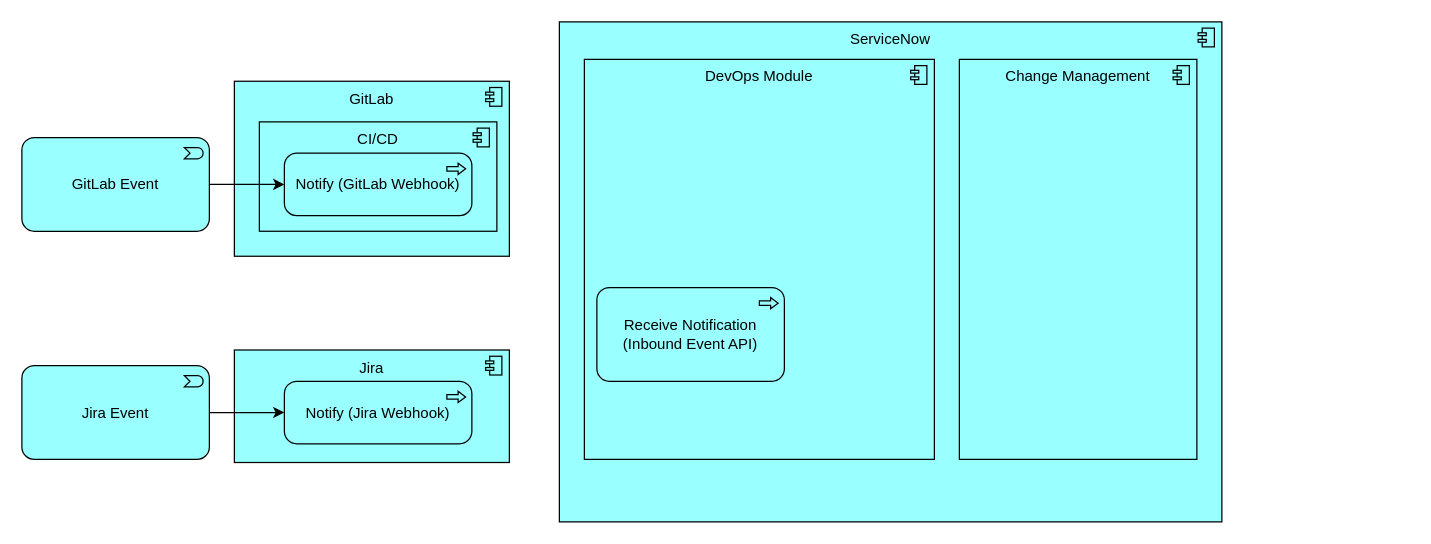
algimas/tmp keeps this draw.io diagram as page "Page-4" (4 of 4) of SnowJira.drawio. Above is the earlier version. Source tidied: cells renumbered, new cells numbered last; positions are measured from the earlier drawing's top-left corner, leaving out a move shared by most shapes. Both pictures are drawn from the tidied source at 125%, with x=0, y=0 at pixel (21, 21).
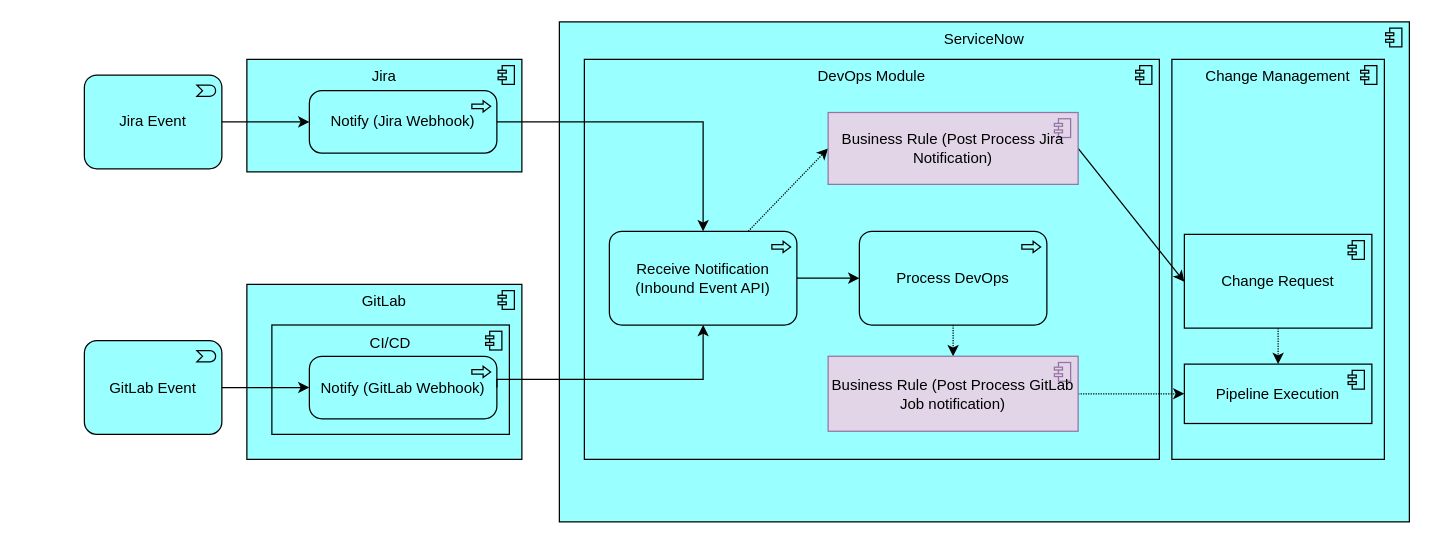
The same page after the edit.

The edit, as a diff of the source:
```diff
@@
     <mxCell id="2" value="GitLab Event" style="html=1;outlineConnect=0;whiteSpace=wrap;fillColor=#99ffff;shape=mxgraph.archimate3.application;appType=event;archiType=rounded;" parent="1" vertex="1">
-      <mxGeometry y="92.5" width="150" height="75" as="geometry" />
+      <mxGeometry x="50" y="255" width="110" height="75" as="geometry" />
     </mxCell>
     <mxCell id="3" value="Jira Event" style="html=1;outlineConnect=0;whiteSpace=wrap;fillColor=#99ffff;shape=mxgraph.archimate3.application;appType=event;archiType=rounded;" parent="1" vertex="1">
-      <mxGeometry y="275" width="150" height="75" as="geometry" />
+      <mxGeometry x="50" y="42.5" width="110" height="75" as="geometry" />
     </mxCell>
     <mxCell id="4" value="Jira" style="html=1;whiteSpace=wrap;fillColor=#99ffff;shape=mxgraph.archimate3.application;appType=comp;archiType=square;verticalAlign=top;" parent="1" vertex="1">
-      <mxGeometry x="170" y="262.5" width="220" height="90" as="geometry" />
+      <mxGeometry x="180" y="30" width="220" height="90" as="geometry" />
     </mxCell>
     <mxCell id="5" value="Notify (Jira Webhook)" style="html=1;outlineConnect=0;whiteSpace=wrap;fillColor=#99ffff;shape=mxgraph.archimate3.application;appType=proc;archiType=rounded;verticalAlign=middle;" parent="1" vertex="1">
-      <mxGeometry x="210" y="287.5" width="150" height="50" as="geometry" />
+      <mxGeometry x="230" y="55" width="150" height="50" as="geometry" />
     </mxCell>
     <mxCell id="6" value="GitLab" style="html=1;whiteSpace=wrap;fillColor=#99ffff;shape=mxgraph.archimate3.application;appType=comp;archiType=square;verticalAlign=top;" parent="1" vertex="1">
-      <mxGeometry x="170" y="47.5" width="220" height="140" as="geometry" />
+      <mxGeometry x="180" y="210" width="220" height="140" as="geometry" />
     </mxCell>
     <mxCell id="7" value="CI/CD" style="html=1;whiteSpace=wrap;fillColor=#99ffff;shape=mxgraph.archimate3.application;appType=comp;archiType=square;verticalAlign=top;" parent="1" vertex="1">
-      <mxGeometry x="190" y="80" width="190" height="87.5" as="geometry" />
+      <mxGeometry x="200" y="242.5" width="190" height="87.5" as="geometry" />
     </mxCell>
     <mxCell id="8" value="Notify (GitLab Webhook)" style="html=1;outlineConnect=0;whiteSpace=wrap;fillColor=#99ffff;shape=mxgraph.archimate3.application;appType=proc;archiType=rounded;verticalAlign=middle;" parent="1" vertex="1">
-      <mxGeometry x="210" y="105" width="150" height="50" as="geometry" />
+      <mxGeometry x="230" y="267.5" width="150" height="50" as="geometry" />
     </mxCell>
@@
     <mxCell id="11" value="ServiceNow" style="html=1;whiteSpace=wrap;fillColor=#99ffff;shape=mxgraph.archimate3.application;appType=comp;archiType=square;verticalAlign=top;" parent="1" vertex="1">
-      <mxGeometry x="430" width="530" height="400" as="geometry" />
+      <mxGeometry x="430" width="680" height="400" as="geometry" />
     </mxCell>
     <mxCell id="12" value="DevOps Module" style="html=1;whiteSpace=wrap;fillColor=#99ffff;shape=mxgraph.archimate3.application;appType=comp;archiType=square;verticalAlign=top;" parent="1" vertex="1">
-      <mxGeometry x="450" y="30" width="280" height="320" as="geometry" />
+      <mxGeometry x="450" y="30" width="460" height="320" as="geometry" />
     </mxCell>
     <mxCell id="13" value="Change Management" style="html=1;whiteSpace=wrap;fillColor=#99ffff;shape=mxgraph.archimate3.application;appType=comp;archiType=square;verticalAlign=top;" parent="1" vertex="1">
-      <mxGeometry x="750" y="30" width="190" height="320" as="geometry" />
+      <mxGeometry x="920" y="30" width="170" height="320" as="geometry" />
     </mxCell>
+    <mxCell id="15" style="rounded=0;jettySize=auto;html=1;entryX=0;entryY=0.5;entryDx=0;entryDy=0;entryPerimeter=0;dashed=1;dashPattern=1 1;" parent="1" edge="1" source="14" target="20">
+      <mxGeometry relative="1" as="geometry" />
+    </mxCell>
+    <mxCell id="16" style="edgeStyle=orthogonalEdgeStyle;rounded=0;jettySize=auto;html=1;" parent="1" edge="1" source="14" target="18">
+      <mxGeometry relative="1" as="geometry" />
+    </mxCell>
     <mxCell id="14" value="Receive Notification (Inbound Event API)" style="html=1;outlineConnect=0;whiteSpace=wrap;fillColor=#99ffff;shape=mxgraph.archimate3.application;appType=proc;archiType=rounded;verticalAlign=middle;" parent="1" vertex="1">
-      <mxGeometry x="460" y="212.5" width="150" height="75" as="geometry" />
+      <mxGeometry x="470" y="167.5" width="150" height="75" as="geometry" />
     </mxCell>
+    <mxCell id="17" style="rounded=0;jettySize=auto;html=1;dashed=1;dashPattern=1 1;" parent="1" edge="1" source="18" target="26">
+      <mxGeometry relative="1" as="geometry" />
+    </mxCell>
+    <mxCell id="18" value="Process DevOps" style="html=1;outlineConnect=0;whiteSpace=wrap;fillColor=#99ffff;shape=mxgraph.archimate3.application;appType=proc;archiType=rounded;verticalAlign=middle;" parent="1" vertex="1">
+      <mxGeometry x="670" y="167.5" width="150" height="75" as="geometry" />
+    </mxCell>
+    <mxCell id="19" style="rounded=0;jettySize=auto;html=1;exitX=1;exitY=0.5;exitDx=0;exitDy=0;exitPerimeter=0;" parent="1" edge="1" source="20">
+      <mxGeometry relative="1" as="geometry">
+        <mxPoint x="930" y="208" as="targetPoint" />
+      </mxGeometry>
+    </mxCell>
+    <mxCell id="20" value="Business Rule (Post Process Jira Notification)" style="html=1;outlineConnect=0;whiteSpace=wrap;fillColor=#e1d5e7;shape=mxgraph.archimate3.application;appType=comp;archiType=square;verticalAlign=middle;strokeColor=#9673a6;" parent="1" vertex="1">
+      <mxGeometry x="645" y="72.5" width="200" height="57.5" as="geometry" />
+    </mxCell>
+    <mxCell id="21" style="edgeStyle=none;rounded=0;jettySize=auto;html=1;dashed=1;dashPattern=1 1;" parent="1" edge="1" source="22" target="27">
+      <mxGeometry relative="1" as="geometry" />
+    </mxCell>
+    <mxCell id="22" value="Change Request" style="html=1;outlineConnect=0;whiteSpace=wrap;fillColor=#99ffff;shape=mxgraph.archimate3.application;appType=comp;archiType=square;verticalAlign=middle;" parent="1" vertex="1">
+      <mxGeometry x="930" y="170" width="150" height="75" as="geometry" />
+    </mxCell>
+    <mxCell id="23" style="edgeStyle=orthogonalEdgeStyle;rounded=0;jettySize=auto;html=1;entryX=0.5;entryY=0;entryDx=0;entryDy=0;entryPerimeter=0;exitX=1;exitY=0.5;exitDx=0;exitDy=0;exitPerimeter=0;" parent="1" edge="1" source="5" target="14">
+      <mxGeometry relative="1" as="geometry">
+        <Array as="points">
+          <mxPoint x="545" y="80" />
+        </Array>
+      </mxGeometry>
+    </mxCell>
+    <mxCell id="24" style="edgeStyle=orthogonalEdgeStyle;rounded=0;jettySize=auto;html=1;exitX=1;exitY=0.5;exitDx=0;exitDy=0;exitPerimeter=0;entryX=0.5;entryY=1;entryDx=0;entryDy=0;entryPerimeter=0;" parent="1" edge="1" source="8" target="14">
+      <mxGeometry relative="1" as="geometry">
+        <Array as="points">
+          <mxPoint x="380" y="286" />
+          <mxPoint x="545" y="286" />
+        </Array>
+      </mxGeometry>
+    </mxCell>
+    <mxCell id="25" style="edgeStyle=none;rounded=0;jettySize=auto;html=1;dashed=1;dashPattern=1 1;" parent="1" edge="1" source="26" target="27">
+      <mxGeometry relative="1" as="geometry" />
+    </mxCell>
+    <mxCell id="26" value="Business Rule (Post Process GitLab Job notification)" style="html=1;outlineConnect=0;whiteSpace=wrap;fillColor=#e1d5e7;shape=mxgraph.archimate3.application;appType=comp;archiType=square;verticalAlign=middle;strokeColor=#9673a6;" parent="1" vertex="1">
+      <mxGeometry x="645" y="267.5" width="200" height="60" as="geometry" />
+    </mxCell>
+    <mxCell id="27" value="Pipeline Execution" style="html=1;outlineConnect=0;whiteSpace=wrap;fillColor=#99ffff;shape=mxgraph.archimate3.application;appType=comp;archiType=square;verticalAlign=middle;" parent="1" vertex="1">
+      <mxGeometry x="930" y="273.8" width="150" height="47.5" as="geometry" />
+    </mxCell>
```
